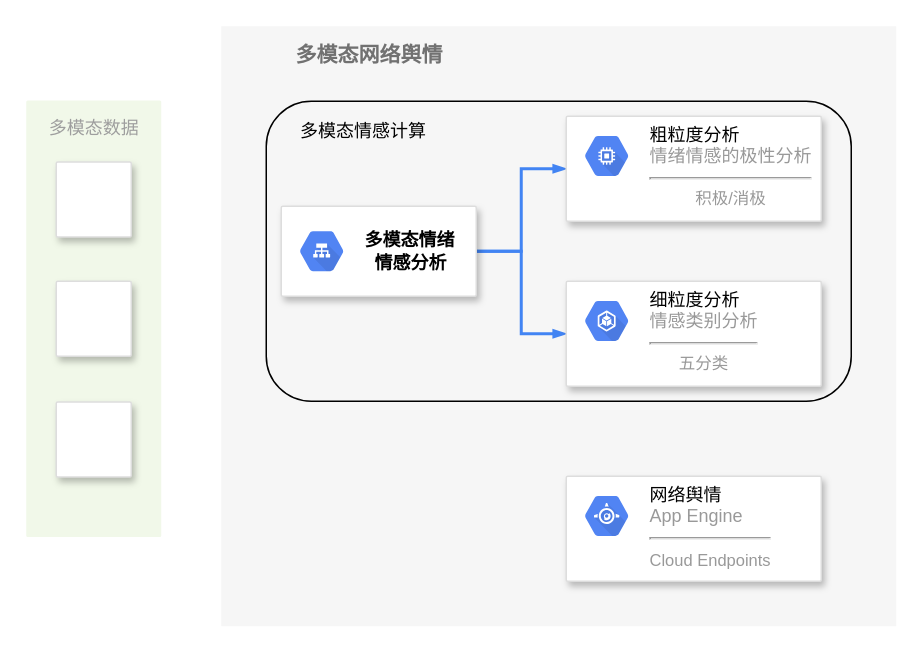
Amamiyatsuki/pic_for_ppt keeps this draw.io diagram as Untitled Diagram.drawio. Above is the earlier version. Source tidied: cells renumbered, new cells numbered last; positions are measured from the earlier drawing's top-left corner, leaving out a move shared by most shapes. Both pictures are drawn from the tidied source at 150%, with x=0, y=0 at pixel (26, 26).
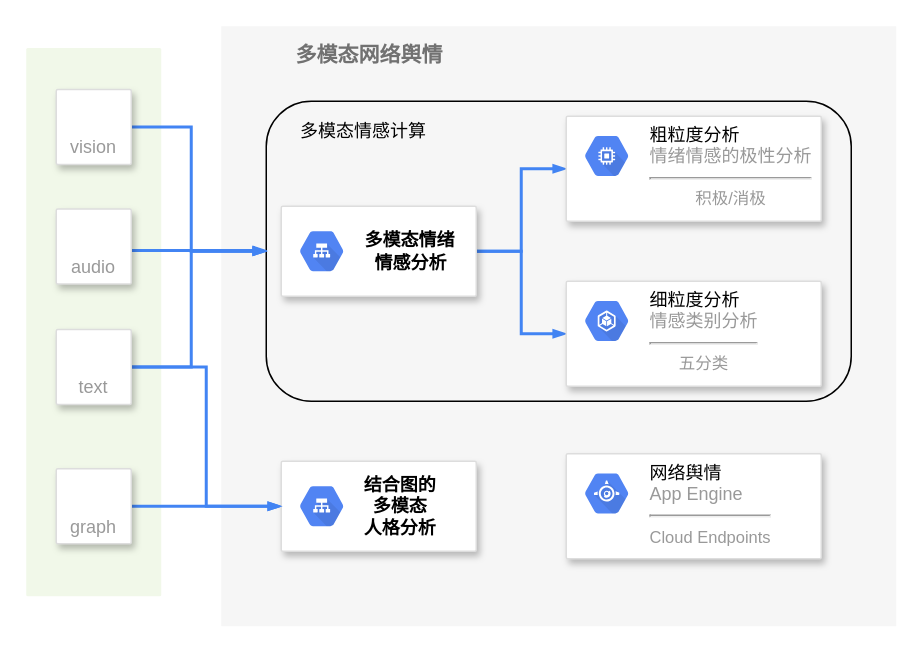
After the change.

The change refers to these unchanged cells:
```xml
<mxCell id="3" style="rounded=1;whiteSpace=wrap;html=1;fontSize=12;fillColor=none;" parent="1" vertex="1">
  <mxGeometry x="160" y="50" width="390" height="200" as="geometry" />
</mxCell>
```

Diff of the diagram source:
```diff
@@
-    <mxCell id="4" value="多模态数据" style="rounded=1;absoluteArcSize=1;arcSize=2;html=1;strokeColor=none;gradientColor=none;shadow=0;dashed=0;fontSize=12;fontColor=#9E9E9E;align=center;verticalAlign=top;spacing=10;spacingTop=-4;fillColor=#F1F8E9;" parent="1" vertex="1">
-      <mxGeometry y="49.5" width="90" height="291" as="geometry" />
+    <mxCell id="4" style="rounded=1;absoluteArcSize=1;arcSize=2;html=1;strokeColor=none;gradientColor=none;shadow=0;dashed=0;fontSize=12;fontColor=#9E9E9E;align=center;verticalAlign=top;spacing=10;spacingTop=-4;fillColor=#F1F8E9;" parent="1" vertex="1">
+      <mxGeometry y="14.5" width="90" height="365.5" as="geometry" />
     </mxCell>
+    <mxCell id="19" style="edgeStyle=orthogonalEdgeStyle;rounded=0;jettySize=auto;html=1;exitX=1;exitY=0.5;exitDx=0;exitDy=0;dashed=0;labelBackgroundColor=none;fontSize=12;startFill=1;endArrow=blockThin;endFill=1;startSize=4;endSize=4;strokeColor=#4284F3;strokeWidth=2;align=left;" parent="1" edge="1" source="5" target="3">
+      <mxGeometry relative="1" as="geometry">
+        <Array as="points">
+          <mxPoint x="110" y="67" />
+          <mxPoint x="110" y="150" />
+        </Array>
+      </mxGeometry>
+    </mxCell>
-    <mxCell id="5" style="strokeColor=#dddddd;fillColor=#ffffff;shadow=1;strokeWidth=1;rounded=1;absoluteArcSize=1;arcSize=2;labelPosition=center;verticalLabelPosition=middle;align=center;verticalAlign=bottom;spacingLeft=0;fontColor=#999999;fontSize=12;whiteSpace=wrap;spacingBottom=2;html=1;" parent="1" vertex="1">
-      <mxGeometry x="20" y="90.5" width="50" height="50" as="geometry" />
+    <mxCell id="5" value="vision" style="strokeColor=#dddddd;fillColor=#ffffff;shadow=1;strokeWidth=1;rounded=1;absoluteArcSize=1;arcSize=2;labelPosition=center;verticalLabelPosition=middle;align=center;verticalAlign=bottom;spacingLeft=0;fontColor=#999999;fontSize=12;whiteSpace=wrap;spacingBottom=2;html=1;" parent="1" vertex="1">
+      <mxGeometry x="20" y="42.2" width="50" height="50" as="geometry" />
     </mxCell>
@@
     <mxCell id="10" style="strokeColor=#dddddd;fillColor=#ffffff;shadow=1;strokeWidth=1;rounded=1;absoluteArcSize=1;arcSize=2;fontSize=11;fontColor=#9E9E9E;align=center;html=1;" parent="1" vertex="1">
-      <mxGeometry x="360" y="300" width="170" height="70" as="geometry" />
+      <mxGeometry x="360" y="285" width="170" height="70" as="geometry" />
     </mxCell>
@@
+    <mxCell id="20" style="edgeStyle=orthogonalEdgeStyle;rounded=0;jettySize=auto;html=1;dashed=0;labelBackgroundColor=none;fontSize=5;startFill=1;endArrow=blockThin;endFill=1;startSize=4;endSize=4;strokeColor=#4284F3;strokeWidth=2;align=left;" parent="1" edge="1" source="16">
+      <mxGeometry relative="1" as="geometry">
+        <mxPoint x="160" y="149.5" as="targetPoint" />
+        <Array as="points">
+          <mxPoint x="110" y="150" />
+        </Array>
+      </mxGeometry>
+    </mxCell>
-    <mxCell id="16" style="strokeColor=#dddddd;fillColor=#ffffff;shadow=1;strokeWidth=1;rounded=1;absoluteArcSize=1;arcSize=2;labelPosition=center;verticalLabelPosition=middle;align=center;verticalAlign=bottom;spacingLeft=0;fontColor=#999999;fontSize=12;whiteSpace=wrap;spacingBottom=2;html=1;" parent="1" vertex="1">
-      <mxGeometry x="20" y="170" width="50" height="50" as="geometry" />
+    <mxCell id="16" value="audio" style="strokeColor=#dddddd;fillColor=#ffffff;shadow=1;strokeWidth=1;rounded=1;absoluteArcSize=1;arcSize=2;labelPosition=center;verticalLabelPosition=middle;align=center;verticalAlign=bottom;spacingLeft=0;fontColor=#999999;fontSize=12;whiteSpace=wrap;spacingBottom=2;html=1;" parent="1" vertex="1">
+      <mxGeometry x="20" y="121.8" width="50" height="50" as="geometry" />
     </mxCell>
+    <mxCell id="21" style="edgeStyle=orthogonalEdgeStyle;rounded=0;jettySize=auto;html=1;exitX=1;exitY=0.5;exitDx=0;exitDy=0;dashed=0;labelBackgroundColor=none;fontSize=5;startFill=1;endArrow=blockThin;endFill=1;startSize=4;endSize=4;strokeColor=#4284F3;strokeWidth=2;align=left;" parent="1" edge="1" source="17">
+      <mxGeometry relative="1" as="geometry">
+        <mxPoint x="160" y="150" as="targetPoint" />
+        <Array as="points">
+          <mxPoint x="110" y="227" />
+          <mxPoint x="110" y="150" />
+        </Array>
+      </mxGeometry>
+    </mxCell>
+    <mxCell id="22" style="edgeStyle=orthogonalEdgeStyle;rounded=0;jettySize=auto;html=1;exitX=1;exitY=0.5;exitDx=0;exitDy=0;entryX=0;entryY=0.5;entryDx=0;entryDy=0;dashed=0;labelBackgroundColor=none;fontSize=5;startFill=1;endArrow=blockThin;endFill=1;startSize=4;endSize=4;strokeColor=#4284F3;strokeWidth=2;align=left;" parent="1" edge="1" source="17" target="23">
+      <mxGeometry relative="1" as="geometry">
+        <Array as="points">
+          <mxPoint x="120" y="227" />
+          <mxPoint x="120" y="320" />
+        </Array>
+      </mxGeometry>
+    </mxCell>
-    <mxCell id="17" style="strokeColor=#dddddd;fillColor=#ffffff;shadow=1;strokeWidth=1;rounded=1;absoluteArcSize=1;arcSize=2;labelPosition=center;verticalLabelPosition=middle;align=center;verticalAlign=bottom;spacingLeft=0;fontColor=#999999;fontSize=12;whiteSpace=wrap;spacingBottom=2;html=1;" parent="1" vertex="1">
-      <mxGeometry x="20" y="250.5" width="50" height="50" as="geometry" />
+    <mxCell id="17" value="text" style="strokeColor=#dddddd;fillColor=#ffffff;shadow=1;strokeWidth=1;rounded=1;absoluteArcSize=1;arcSize=2;labelPosition=center;verticalLabelPosition=middle;align=center;verticalAlign=bottom;spacingLeft=0;fontColor=#999999;fontSize=12;whiteSpace=wrap;spacingBottom=2;html=1;" parent="1" vertex="1">
+      <mxGeometry x="20" y="202.2" width="50" height="50" as="geometry" />
     </mxCell>
@@
+    <mxCell id="23" style="strokeColor=#dddddd;fillColor=#ffffff;shadow=1;strokeWidth=1;rounded=1;absoluteArcSize=1;arcSize=2;fontSize=11;fontColor=#9E9E9E;align=center;html=1;" parent="1" vertex="1">
+      <mxGeometry x="170" y="290" width="130" height="60" as="geometry" />
+    </mxCell>
+    <mxCell id="24" value="&lt;div&gt;&lt;font color=&quot;#000000&quot;&gt;&lt;b&gt;&amp;nbsp; &amp;nbsp;结合图的&lt;/b&gt;&lt;/font&gt;&lt;/div&gt;&lt;div&gt;&lt;font color=&quot;#000000&quot;&gt;&lt;b&gt;&amp;nbsp; &amp;nbsp;多&lt;/b&gt;&lt;/font&gt;&lt;b style=&quot;color: rgb(0 , 0 , 0)&quot;&gt;模态&lt;/b&gt;&lt;/div&gt;&lt;div&gt;&lt;b style=&quot;color: rgb(0 , 0 , 0)&quot;&gt;&amp;nbsp; &amp;nbsp;人格分析&lt;/b&gt;&lt;/div&gt;" style="dashed=0;html=1;fillColor=#5184F3;strokeColor=none;shape=mxgraph.gcp2.hexIcon;prIcon=cloud_load_balancing;labelPosition=right;verticalLabelPosition=middle;align=center;verticalAlign=middle;spacingLeft=5;fontColor=#999999;fontSize=12;" parent="23" vertex="1">
+      <mxGeometry y="0.5" width="44" height="39" relative="1" as="geometry">
+        <mxPoint x="5" y="-19.5" as="offset" />
+      </mxGeometry>
+    </mxCell>
+    <mxCell id="25" style="edgeStyle=orthogonalEdgeStyle;rounded=0;jettySize=auto;html=1;exitX=1;exitY=0.5;exitDx=0;exitDy=0;dashed=0;labelBackgroundColor=none;fontSize=5;startFill=1;endArrow=blockThin;endFill=1;startSize=4;endSize=4;strokeColor=#4284F3;strokeWidth=2;align=left;" parent="1" edge="1" source="26">
+      <mxGeometry relative="1" as="geometry">
+        <mxPoint x="170" y="320" as="targetPoint" />
+        <Array as="points">
+          <mxPoint x="110" y="320" />
+          <mxPoint x="110" y="320" />
+        </Array>
+      </mxGeometry>
+    </mxCell>
+    <mxCell id="26" value="graph" style="strokeColor=#dddddd;fillColor=#ffffff;shadow=1;strokeWidth=1;rounded=1;absoluteArcSize=1;arcSize=2;labelPosition=center;verticalLabelPosition=middle;align=center;verticalAlign=bottom;spacingLeft=0;fontColor=#999999;fontSize=12;whiteSpace=wrap;spacingBottom=2;html=1;" parent="1" vertex="1">
+      <mxGeometry x="20" y="295" width="50" height="50" as="geometry" />
+    </mxCell>
```
